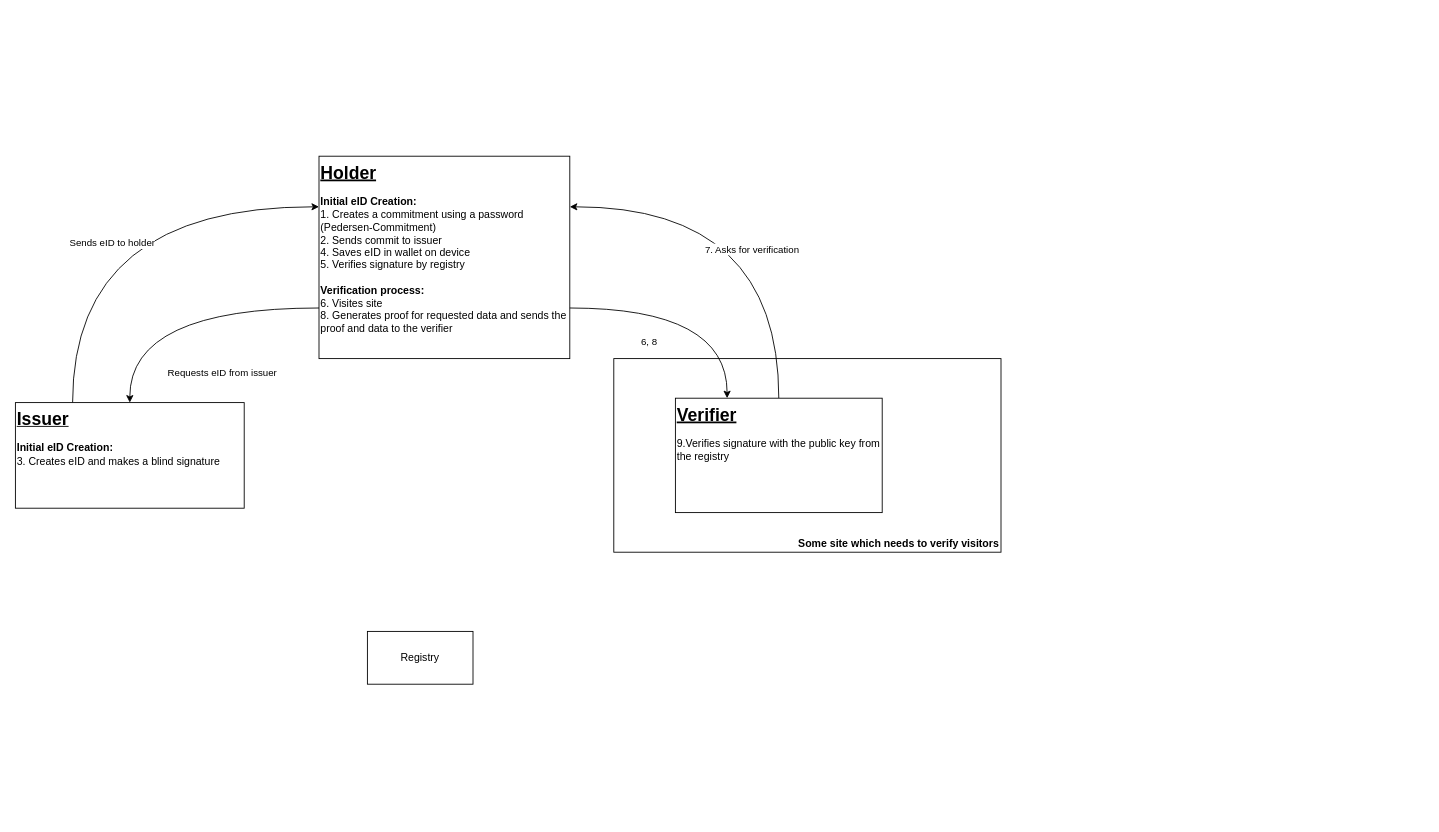
Above: BBS_Diagram.drawio in devobern/eid-rust-poc (draw.io), before the change. Source tidied: cells renumbered, new cells numbered last; positions are measured from the earlier drawing's top-left corner, leaving out a move shared by most shapes. Both pictures are drawn from the tidied source at 88%, with x=0, y=0 at pixel (15, 156).
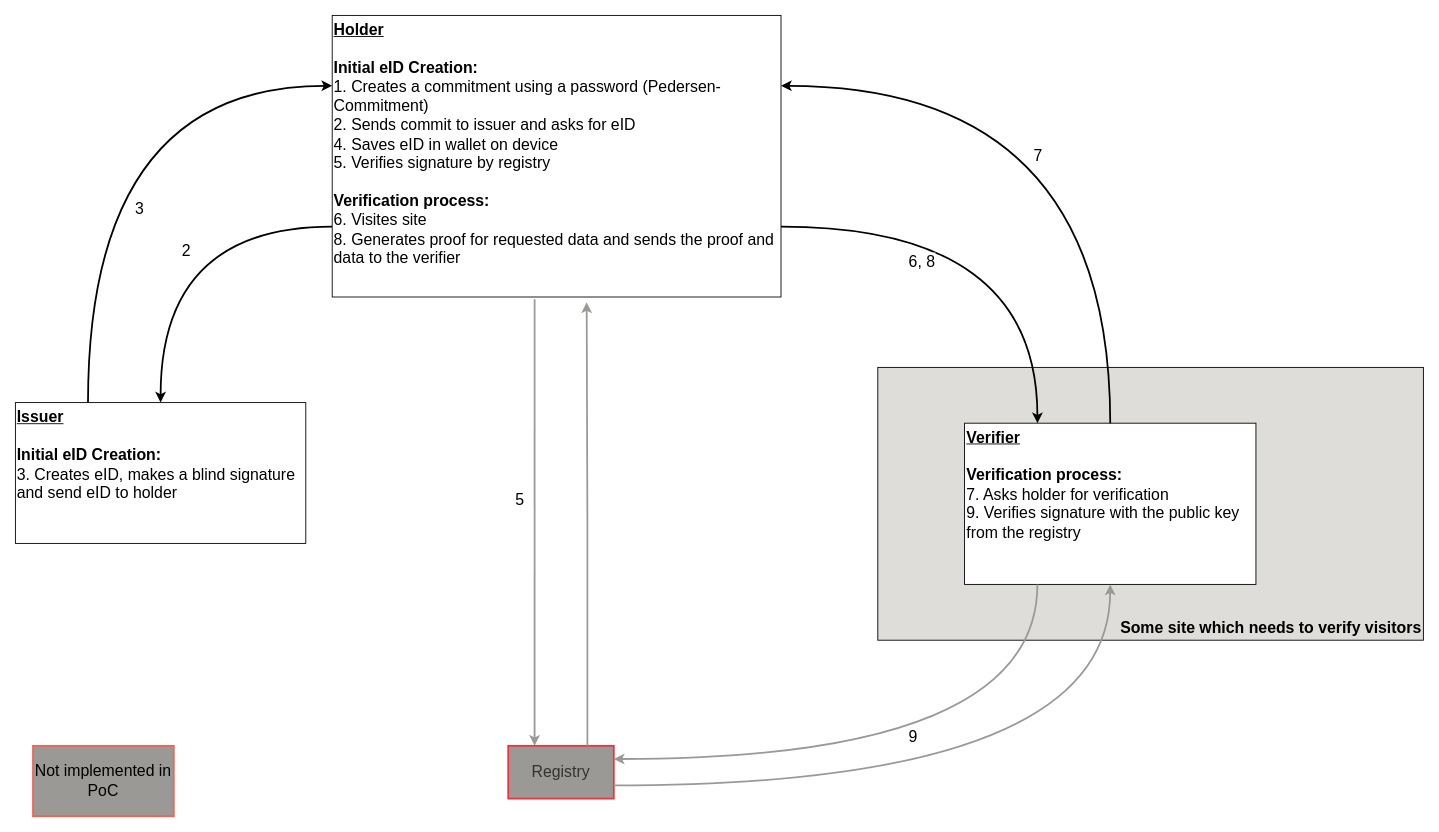
Above is the later version.

The edit, as a diff of the source:
```diff
@@
 <mxGraphModel>
   <root>
     <mxCell id="0" />
     <mxCell id="1" parent="0" />
-    <mxCell id="2" value="&lt;div&gt;Some site which needs to verify visitors&lt;br&gt;&lt;/div&gt;" style="rounded=0;whiteSpace=wrap;html=1;align=right;verticalAlign=bottom;fontStyle=1;" parent="1" vertex="1">
-      <mxGeometry x="680" y="230" width="440" height="220" as="geometry" />
-    </mxCell>
-    <mxCell id="3" value="Requests eID from issuer" style="edgeStyle=orthogonalEdgeStyle;rounded=0;jettySize=auto;html=1;exitX=0;exitY=0.75;exitDx=0;exitDy=0;entryX=0.5;entryY=0;entryDx=0;entryDy=0;curved=1;" parent="1" edge="1" source="4" target="6">
-      <mxGeometry x="-0.32" y="73" relative="1" as="geometry" />
+    <mxCell id="3" value="2" style="edgeStyle=orthogonalEdgeStyle;rounded=0;jettySize=auto;html=1;exitX=0;exitY=0.75;exitDx=0;exitDy=0;entryX=0.5;entryY=0;entryDx=0;entryDy=0;curved=1;fontSize=18;strokeWidth=2;" parent="1" edge="1" source="4" target="6">
+      <mxGeometry x="-0.16" y="28" relative="1" as="geometry" />
     </mxCell>
+    <mxCell id="11" value="5" style="edgeStyle=orthogonalEdgeStyle;rounded=0;jettySize=auto;html=1;exitX=0.451;exitY=1.008;exitDx=0;exitDy=0;entryX=0.25;entryY=0;entryDx=0;entryDy=0;fillColor=#f5f5f5;strokeColor=#9a9996;fontSize=18;strokeWidth=2;exitPerimeter=0;" parent="1" edge="1" source="4" target="7">
+      <mxGeometry x="-0.1" y="-17" relative="1" as="geometry" />
+    </mxCell>
-    <mxCell id="4" value="&lt;div&gt;&lt;b&gt;&lt;font style=&quot;font-size: 20px;&quot;&gt;&lt;u&gt;Holder&lt;/u&gt;&lt;/font&gt;&lt;/b&gt;&lt;/div&gt;&lt;div&gt;&lt;br&gt;&lt;/div&gt;&lt;div&gt;&lt;b&gt;Initial eID Creation:&lt;/b&gt;&lt;br&gt;&lt;/div&gt;&lt;div&gt;1. Creates a commitment using a password (Pedersen-Commitment)&lt;/div&gt;&lt;div&gt;2. Sends commit to issuer&lt;/div&gt;&lt;div&gt;4. Saves eID in wallet on device&lt;/div&gt;&lt;div&gt;5. Verifies signature by registry&lt;br&gt;&lt;/div&gt;&lt;div&gt;&lt;br&gt;&lt;/div&gt;&lt;div&gt;&lt;b&gt;Verification process:&lt;/b&gt;&lt;/div&gt;&lt;div&gt;6. Visites site&lt;br&gt;&lt;/div&gt;&lt;div&gt;8. Generates proof for requested data and sends the proof and data to the verifier&lt;br&gt;&lt;/div&gt;" style="rounded=0;whiteSpace=wrap;html=1;align=left;verticalAlign=top;" parent="1" vertex="1">
-      <mxGeometry x="345" width="285" height="230" as="geometry" />
+    <mxCell id="4" value="&lt;div style=&quot;font-size: 18px;&quot;&gt;&lt;b style=&quot;font-size: 18px;&quot;&gt;&lt;font style=&quot;font-size: 18px;&quot;&gt;&lt;u style=&quot;font-size: 18px;&quot;&gt;Holder&lt;/u&gt;&lt;/font&gt;&lt;/b&gt;&lt;/div&gt;&lt;div style=&quot;font-size: 18px;&quot;&gt;&lt;br style=&quot;font-size: 18px;&quot;&gt;&lt;/div&gt;&lt;div style=&quot;font-size: 18px;&quot;&gt;&lt;b style=&quot;font-size: 18px;&quot;&gt;Initial eID Creation:&lt;/b&gt;&lt;br style=&quot;font-size: 18px;&quot;&gt;&lt;/div&gt;&lt;div style=&quot;font-size: 18px;&quot;&gt;1. Creates a commitment using a password (Pedersen-Commitment)&lt;/div&gt;&lt;div style=&quot;font-size: 18px;&quot;&gt;2. Sends commit to issuer and asks for eID&lt;br style=&quot;font-size: 18px;&quot;&gt;&lt;/div&gt;&lt;div style=&quot;font-size: 18px;&quot;&gt;4. Saves eID in wallet on device&lt;/div&gt;&lt;div style=&quot;font-size: 18px;&quot;&gt;5. Verifies signature by registry&lt;br style=&quot;font-size: 18px;&quot;&gt;&lt;/div&gt;&lt;div style=&quot;font-size: 18px;&quot;&gt;&lt;br style=&quot;font-size: 18px;&quot;&gt;&lt;/div&gt;&lt;div style=&quot;font-size: 18px;&quot;&gt;&lt;b style=&quot;font-size: 18px;&quot;&gt;Verification process:&lt;/b&gt;&lt;/div&gt;&lt;div style=&quot;font-size: 18px;&quot;&gt;6. Visites site&lt;br style=&quot;font-size: 18px;&quot;&gt;&lt;/div&gt;&lt;div style=&quot;font-size: 18px;&quot;&gt;8. Generates proof for requested data and sends the proof and data to the verifier&lt;br style=&quot;font-size: 18px;&quot;&gt;&lt;/div&gt;" style="rounded=0;whiteSpace=wrap;html=1;align=left;verticalAlign=top;fontSize=18;" parent="1" vertex="1">
+      <mxGeometry x="360" y="-160" width="510" height="320" as="geometry" />
     </mxCell>
-    <mxCell id="5" value="Sends eID to holder" style="edgeStyle=orthogonalEdgeStyle;rounded=0;jettySize=auto;html=1;exitX=0.25;exitY=0;exitDx=0;exitDy=0;entryX=0;entryY=0.25;entryDx=0;entryDy=0;curved=1;" parent="1" edge="1" source="6" target="4">
-      <mxGeometry x="-0.28" y="-45" relative="1" as="geometry" />
+    <mxCell id="5" value="3" style="edgeStyle=orthogonalEdgeStyle;rounded=0;jettySize=auto;html=1;exitX=0.25;exitY=0;exitDx=0;exitDy=0;entryX=0;entryY=0.25;entryDx=0;entryDy=0;curved=1;fontSize=18;strokeWidth=2;" parent="1" edge="1" source="6" target="4">
+      <mxGeometry x="-0.31" y="-57" relative="1" as="geometry">
+        <mxPoint x="1" as="offset" />
+      </mxGeometry>
     </mxCell>
-    <mxCell id="6" value="&lt;div&gt;&lt;b&gt;&lt;u&gt;&lt;font style=&quot;font-size: 20px;&quot;&gt;Issuer&lt;/font&gt;&lt;/u&gt;&lt;/b&gt;&lt;/div&gt;&lt;div&gt;&lt;b&gt;&lt;br&gt;&lt;/b&gt;&lt;/div&gt;&lt;div&gt;&lt;b&gt;Initial eID Creation:&lt;/b&gt;&lt;br&gt;&lt;/div&gt;&lt;div&gt;3. Creates eID and makes a blind signature&lt;/div&gt;" style="rounded=0;whiteSpace=wrap;html=1;align=left;verticalAlign=top;" parent="1" vertex="1">
-      <mxGeometry y="280" width="260" height="120" as="geometry" />
+    <mxCell id="6" value="&lt;div style=&quot;font-size: 18px;&quot;&gt;&lt;b style=&quot;font-size: 18px;&quot;&gt;&lt;u style=&quot;font-size: 18px;&quot;&gt;&lt;font style=&quot;font-size: 18px;&quot;&gt;Issuer&lt;/font&gt;&lt;/u&gt;&lt;/b&gt;&lt;/div&gt;&lt;div style=&quot;font-size: 18px;&quot;&gt;&lt;b style=&quot;font-size: 18px;&quot;&gt;&lt;br style=&quot;font-size: 18px;&quot;&gt;&lt;/b&gt;&lt;/div&gt;&lt;div style=&quot;font-size: 18px;&quot;&gt;&lt;b style=&quot;font-size: 18px;&quot;&gt;Initial eID Creation:&lt;/b&gt;&lt;br style=&quot;font-size: 18px;&quot;&gt;&lt;/div&gt;&lt;div style=&quot;font-size: 18px;&quot;&gt;3. Creates eID, makes a blind signature and send eID to holder&lt;br style=&quot;font-size: 18px;&quot;&gt;&lt;/div&gt;" style="rounded=0;whiteSpace=wrap;html=1;align=left;verticalAlign=top;fontSize=18;" parent="1" vertex="1">
+      <mxGeometry y="280" width="330" height="160" as="geometry" />
     </mxCell>
-    <mxCell id="7" value="Registry" style="rounded=0;whiteSpace=wrap;html=1;" parent="1" vertex="1">
-      <mxGeometry x="400" y="540" width="120" height="60" as="geometry" />
+    <mxCell id="7" value="Registry" style="rounded=0;whiteSpace=wrap;html=1;fillColor=#9a9996;fontColor=#333333;strokeColor=#ed333b;fontSize=18;strokeWidth=2;" parent="1" vertex="1">
+      <mxGeometry x="560" y="670" width="120" height="60" as="geometry" />
     </mxCell>
+    <mxCell id="12" style="edgeStyle=orthogonalEdgeStyle;rounded=0;jettySize=auto;html=1;exitX=0.75;exitY=0;exitDx=0;exitDy=0;entryX=0.567;entryY=1.019;entryDx=0;entryDy=0;entryPerimeter=0;fillColor=#f5f5f5;strokeColor=#9a9996;fontSize=18;strokeWidth=2;" parent="1" edge="1" source="7" target="4">
+      <mxGeometry relative="1" as="geometry" />
+    </mxCell>
+    <mxCell id="13" value="Not implemented in PoC" style="rounded=0;whiteSpace=wrap;html=1;fillColor=#9a9996;strokeColor=#f66151;fontSize=18;strokeWidth=2;" parent="1" vertex="1">
+      <mxGeometry x="20" y="670" width="160" height="80" as="geometry" />
+    </mxCell>
+    <mxCell id="14" style="group;fontSize=18;" parent="1" vertex="1">
+      <mxGeometry x="980" y="240" width="620" height="310" as="geometry" />
+    </mxCell>
+    <mxCell id="2" value="&lt;div style=&quot;font-size: 18px;&quot;&gt;Some site which needs to verify visitors&lt;br style=&quot;font-size: 18px;&quot;&gt;&lt;/div&gt;" style="rounded=0;whiteSpace=wrap;html=1;align=right;verticalAlign=bottom;fontStyle=1;fontSize=18;fillColor=#deddda;" parent="14" vertex="1">
+      <mxGeometry width="620" height="310" as="geometry" />
+    </mxCell>
+    <mxCell id="9" value="&lt;div style=&quot;font-size: 18px;&quot;&gt;&lt;b style=&quot;font-size: 18px;&quot;&gt;&lt;font style=&quot;font-size: 18px;&quot;&gt;&lt;u style=&quot;font-size: 18px;&quot;&gt;Verifier&lt;/u&gt;&lt;/font&gt;&lt;/b&gt;&lt;/div&gt;&lt;div style=&quot;font-size: 18px;&quot;&gt;&lt;br style=&quot;font-size: 18px;&quot;&gt;&lt;/div&gt;&lt;div style=&quot;font-size: 18px;&quot;&gt;&lt;b style=&quot;font-size: 18px;&quot;&gt;Verification process:&lt;/b&gt;&lt;/div&gt;&lt;div style=&quot;font-size: 18px;&quot;&gt;7. Asks holder for verification&lt;br style=&quot;font-size: 18px;&quot;&gt;&lt;/div&gt;9. Verifies signature with the public key from the registry" style="rounded=0;whiteSpace=wrap;html=1;align=left;verticalAlign=top;fontSize=18;" parent="14" vertex="1">
+      <mxGeometry x="98.6" y="63.4" width="331.1" height="183.2" as="geometry" />
+    </mxCell>
-    <mxCell id="8" value="7. Asks for verification" style="edgeStyle=orthogonalEdgeStyle;rounded=0;jettySize=auto;html=1;exitX=0.5;exitY=0;exitDx=0;exitDy=0;entryX=1;entryY=0.25;entryDx=0;entryDy=0;curved=1;" parent="1" edge="1" source="9" target="4">
-      <mxGeometry x="0.09" y="48" relative="1" as="geometry" />
+    <mxCell id="8" value="7" style="edgeStyle=orthogonalEdgeStyle;rounded=0;jettySize=auto;html=1;exitX=0.5;exitY=0;exitDx=0;exitDy=0;entryX=1;entryY=0.25;entryDx=0;entryDy=0;curved=1;fontSize=18;strokeWidth=2;" parent="1" edge="1" source="9" target="4">
+      <mxGeometry x="0.23" y="80" relative="1" as="geometry" />
     </mxCell>
-    <mxCell id="9" value="&lt;div&gt;&lt;b&gt;&lt;font style=&quot;font-size: 20px;&quot;&gt;&lt;u&gt;Verifier&lt;/u&gt;&lt;/font&gt;&lt;/b&gt;&lt;/div&gt;&lt;div&gt;&lt;br&gt;&lt;/div&gt;9.Verifies signature with the public key from the registry" style="rounded=0;whiteSpace=wrap;html=1;align=left;verticalAlign=top;" parent="1" vertex="1">
-      <mxGeometry x="750" y="275" width="235" height="130" as="geometry" />
-    </mxCell>
-    <mxCell id="10" value="&lt;div&gt;6, 8&lt;/div&gt;" style="edgeStyle=orthogonalEdgeStyle;rounded=0;jettySize=auto;html=1;exitX=1;exitY=0.75;exitDx=0;exitDy=0;entryX=0.25;entryY=0;entryDx=0;entryDy=0;curved=1;" parent="1" edge="1" source="4" target="9">
-      <mxGeometry x="-0.36" y="-37" relative="1" as="geometry">
-        <mxPoint y="1" as="offset" />
-      </mxGeometry>
+    <mxCell id="10" value="&lt;div style=&quot;font-size: 18px;&quot;&gt;6, 8&lt;/div&gt;" style="edgeStyle=orthogonalEdgeStyle;rounded=0;jettySize=auto;html=1;exitX=1;exitY=0.75;exitDx=0;exitDy=0;entryX=0.25;entryY=0;entryDx=0;entryDy=0;curved=1;fontSize=18;strokeWidth=2;" parent="1" edge="1" source="4" target="9">
+      <mxGeometry x="-0.38" y="-40" relative="1" as="geometry" />
     </mxCell>
+    <mxCell id="15" value="&lt;div style=&quot;font-size: 18px;&quot;&gt;9&lt;br style=&quot;font-size: 18px;&quot;&gt;&lt;/div&gt;" style="edgeStyle=orthogonalEdgeStyle;rounded=0;jettySize=auto;html=1;exitX=0.25;exitY=1;exitDx=0;exitDy=0;entryX=1;entryY=0.25;entryDx=0;entryDy=0;curved=1;fontSize=18;strokeWidth=2;strokeColor=#9a9996;" parent="1" edge="1" source="9" target="7">
+      <mxGeometry y="-25" relative="1" as="geometry" />
+    </mxCell>
+    <mxCell id="16" style="edgeStyle=orthogonalEdgeStyle;rounded=0;jettySize=auto;html=1;exitX=1;exitY=0.75;exitDx=0;exitDy=0;curved=1;fontSize=18;strokeWidth=2;strokeColor=#9a9996;" parent="1" edge="1" source="7" target="9">
+      <mxGeometry relative="1" as="geometry" />
+    </mxCell>
   </root>
 </mxGraphModel>
```
